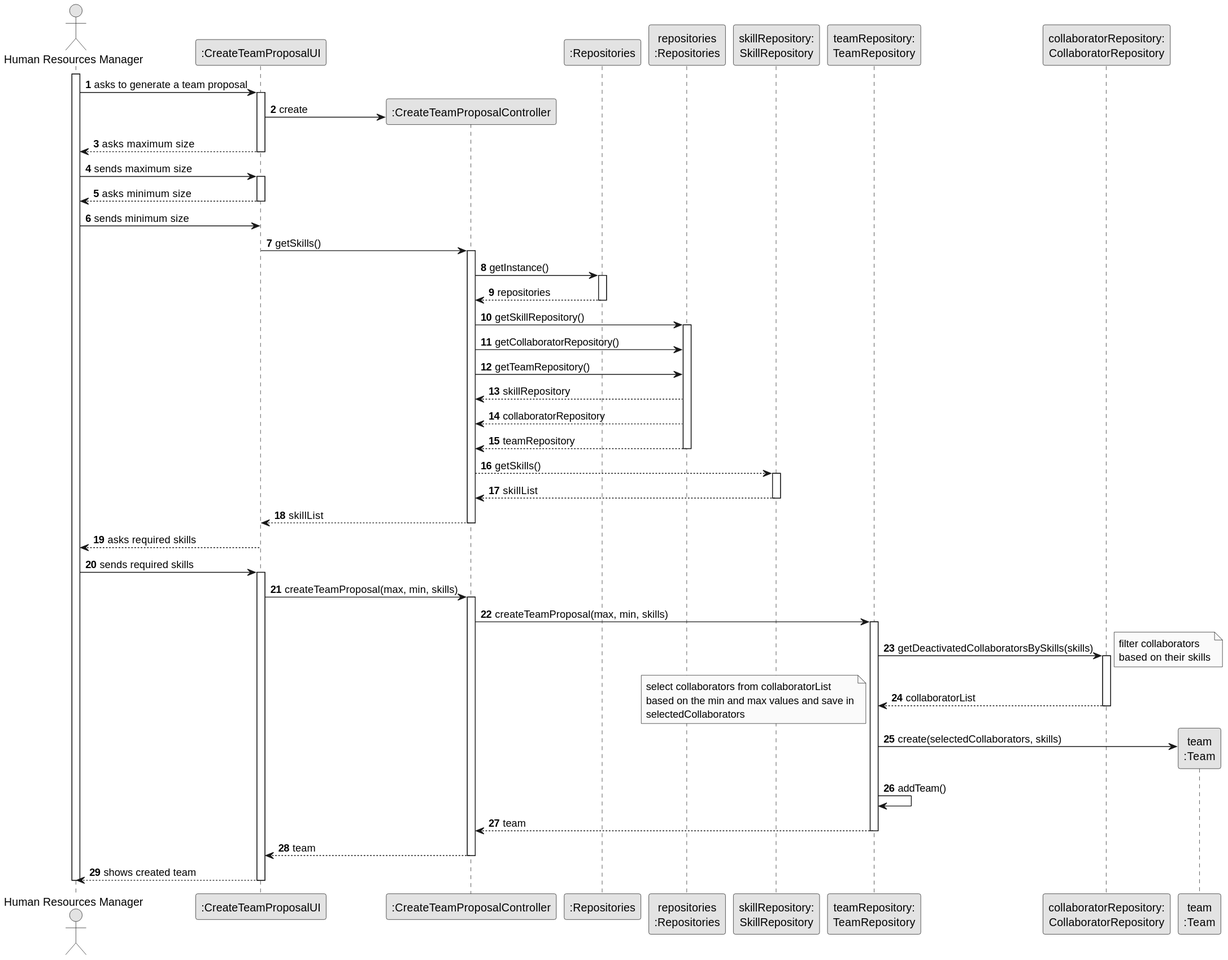
The PlantUML diagram docs/sprintB/us005/03.design/svg/us005-sequence-diagram-full.svg in Departamento-de-Engenharia-Informatica/lei-24-s2-1do-g164, before a commit.
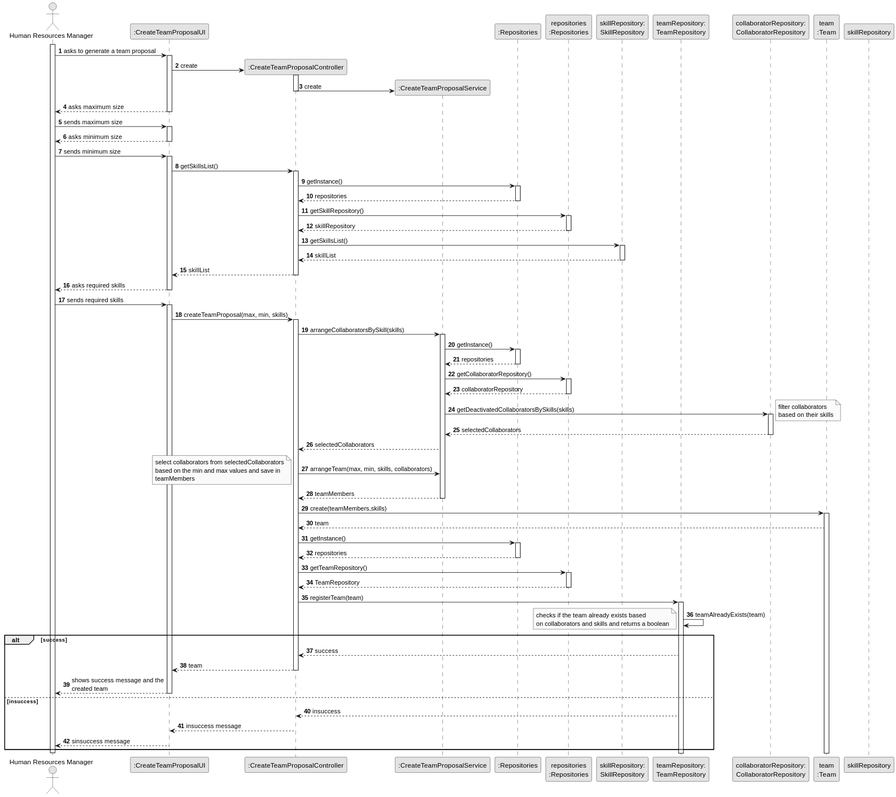
The same diagram one commit later.

Change to the diagram source:
```diff
@@ -8,30 +8,42 @@
 actor "Human Resources Manager" as HRM
 participant ":CreateTeamProposalUI" as UI
 participant ":CreateTeamProposalController" as CTRL
+participant ":CreateTeamProposalService" as CreateTeamProposalService
 participant ":Repositories" as RepositorySingleton
 participant "repositories\n:Repositories" as PLAT
 participant "skillRepository:\nSkillRepository" as SkillRepository
+
 participant "teamRepository:\nTeamRepository" as TeamRepository
 participant "collaboratorRepository:\nCollaboratorRepository" as CollaboratorRepository
+participant "team\n:Team" as TEAM
 
-participant "team\n:Team" as TEAM
+
 
 activate HRM
   HRM -> UI : asks to generate a team proposal
   activate UI
 
       UI -> CTRL** : create
+      activate CTRL
+
+       CTRL-> CreateTeamProposalService**: create
+      deactivate CTRL
     UI --> HRM : asks maximum size
-  deactivate UI
+deactivate UI
+
+
 
   HRM -> UI : sends maximum size
-  activate UI
+activate UI
     UI --> HRM : asks minimum size
-  deactivate UI
+deactivate UI
 
   HRM -> UI : sends minimum size
 
-    UI -> CTRL : getSkills()
+activate UI
+    UI -> CTRL : getSkillsList()
+
+
     activate CTRL
       CTRL -> RepositorySingleton : getInstance()
       activate RepositorySingleton
@@ -41,62 +53,107 @@
       CTRL -> PLAT : getSkillRepository()
       activate PLAT
 
-       CTRL -> PLAT : getCollaboratorRepository()
 
-
-       CTRL -> PLAT : getTeamRepository()
        PLAT --> CTRL : skillRepository
+       deactivate PLAT
+       deactivate skillRepository
 
 
 
-      PLAT --> CTRL : collaboratorRepository
-
-      PLAT --> CTRL : teamRepository
-        deactivate PLAT
-
-
-
-CTRL --> SkillRepository: getSkills()
+CTRL -> SkillRepository: getSkillsList()
 activate SkillRepository
 
         SkillRepository --> CTRL : skillList
+
       deactivate SkillRepository
       CTRL --> UI : skillList
+
     deactivate CTRL
 
     UI --> HRM : asks required skills
-  deactivate UI
+deactivate UI
 
   HRM -> UI : sends required skills
-  activate UI
+ activate UI
     UI -> CTRL : createTeamProposal(max, min, skills)
+
+
     activate CTRL
 
 
-    CTRL -> TeamRepository : createTeamProposal(max, min, skills)
-    activate TeamRepository
-
-    TeamRepository -> CollaboratorRepository : getDeactivatedCollaboratorsBySkills(skills)
-          note right : filter collaborators\nbased on their skills
-          activate CollaboratorRepository
-            CollaboratorRepository --> TeamRepository : collaboratorList
+    CTRL -> CreateTeamProposalService : arrangeCollaboratorsBySkill(skills)
+    activate CreateTeamProposalService
 
 
-          deactivate CollaboratorRepository
-          note bottom : select collaborators from collaboratorList\nbased on the min and max values and save in\nselectedCollaborators
+CreateTeamProposalService->RepositorySingleton: getInstance()
+activate RepositorySingleton
+RepositorySingleton--> CreateTeamProposalService: repositories
+deactivate RepositorySingleton
+CreateTeamProposalService -> PLAT: getCollaboratorRepository()
+activate PLAT
+PLAT--> CreateTeamProposalService: collaboratorRepository
+deactivate PLAT
+
+    CreateTeamProposalService-> CollaboratorRepository : getDeactivatedCollaboratorsBySkills(skills)
+          note right : filter collaborators\nbased on their skills
+
+          activate CollaboratorRepository
+
+            CollaboratorRepository --> CreateTeamProposalService: selectedCollaborators
+            deactivate CollaboratorRepository
+CreateTeamProposalService-->CTRL: selectedCollaborators
+
+CTRL-> CreateTeamProposalService: arrangeTeam(max, min, skills, collaborators)
+
+   note bottom : select collaborators from selectedCollaborators\nbased on the min and max values and save in\nteamMembers
+CreateTeamProposalService --> CTRL: teamMembers
+deactivate CreateTeamProposalService
 
 
 
 
+CTRL -> TEAM : create(teamMembers,skills)
+activate TEAM
+TEAM-->CTRL: team
 
-        TeamRepository -> TEAM** : create(selectedCollaborators, skills)
+    CTRL->RepositorySingleton: getInstance()
+activate RepositorySingleton
+RepositorySingleton--> CTRL: repositories
+deactivate RepositorySingleton
+CTRL -> PLAT: getTeamRepository()
+activate PLAT
+PLAT--> CTRL: TeamRepository
+deactivate PLAT
 
-        TeamRepository -> TeamRepository : addTeam()
-        TeamRepository --> CTRL : team
-      deactivate TeamRepository
+CTRL -> TeamRepository : registerTeam(team)
+
+
+
+activate TeamRepository
+
+
+        TeamRepository -> TeamRepository : teamAlreadyExists(team)
+        note bottom: checks if the team already exists based\non collaborators and skills and returns a boolean
+alt success
+
+        TeamRepository --> CTRL : success
+
+
       CTRL --> UI : team
+
     deactivate CTRL
-    UI --> HRM : shows created team
+    UI --> HRM : shows success message and the\ncreated team
   deactivate UI
+else insuccess
+ TeamRepository --> CTRL : insuccess
+
+
+      CTRL --> UI : insuccess message
+
+    deactivate CTRL
+    UI --> HRM : sinsuccess message
+  deactivate UI
+
+ end
 deactivate HRM
 @enduml
```
